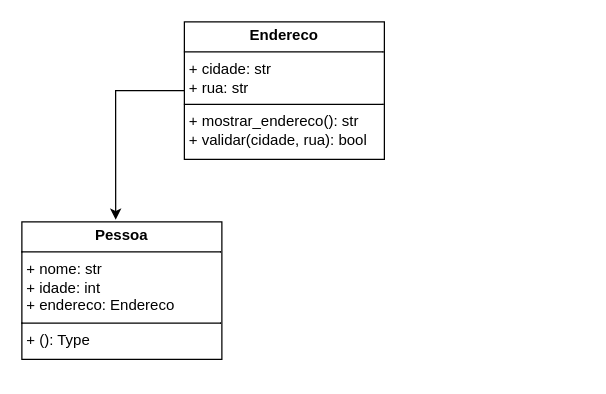
This is aula8/Pessoa.drawio from danrley0595/Programacao_Orientada_Objeto, a draw.io file, before an edit. Source tidied: cells renumbered, new cells numbered last; positions are measured from the earlier drawing's top-left corner, leaving out a move shared by most shapes. Both pictures are drawn from the tidied source at 125%, with x=0, y=0 at pixel (21, 21).
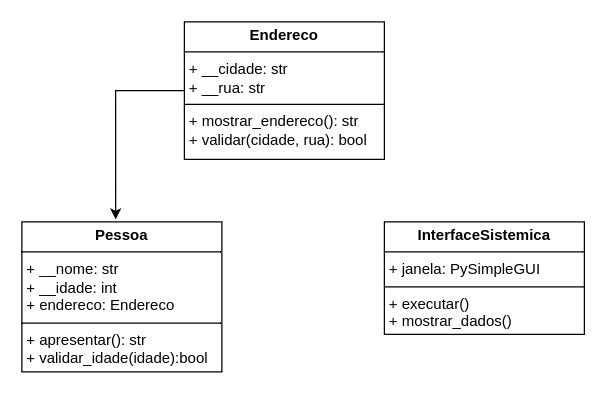
The same diagram, later.

Change to the diagram source:
```diff
@@
 <mxGraphModel>
   <root>
     <mxCell id="0" />
     <mxCell id="1" parent="0" />
-    <mxCell id="2" value="&lt;p style=&quot;margin:0px;margin-top:4px;text-align:center;&quot;&gt;&lt;b&gt;Endereco&lt;/b&gt;&lt;/p&gt;&lt;hr size=&quot;1&quot; style=&quot;border-style:solid;&quot;&gt;&lt;p style=&quot;margin:0px;margin-left:4px;&quot;&gt;+ cidade: str&lt;/p&gt;&lt;p style=&quot;margin:0px;margin-left:4px;&quot;&gt;+ rua: str&lt;/p&gt;&lt;hr size=&quot;1&quot; style=&quot;border-style:solid;&quot;&gt;&lt;p style=&quot;margin:0px;margin-left:4px;&quot;&gt;+ mostrar_endereco(): str&lt;/p&gt;&lt;p style=&quot;margin:0px;margin-left:4px;&quot;&gt;+ validar(cidade, rua): bool&lt;/p&gt;&lt;p style=&quot;margin:0px;margin-left:4px;&quot;&gt;&lt;br&gt;&lt;/p&gt;" style="verticalAlign=top;align=left;overflow=fill;html=1;whiteSpace=wrap;" parent="1" vertex="1">
+    <mxCell id="2" value="&lt;p style=&quot;margin:0px;margin-top:4px;text-align:center;&quot;&gt;&lt;b&gt;Endereco&lt;/b&gt;&lt;/p&gt;&lt;hr size=&quot;1&quot; style=&quot;border-style:solid;&quot;&gt;&lt;p style=&quot;margin:0px;margin-left:4px;&quot;&gt;+ __cidade: str&lt;/p&gt;&lt;p style=&quot;margin:0px;margin-left:4px;&quot;&gt;+ __rua: str&lt;/p&gt;&lt;hr size=&quot;1&quot; style=&quot;border-style:solid;&quot;&gt;&lt;p style=&quot;margin:0px;margin-left:4px;&quot;&gt;+ mostrar_endereco(): str&lt;/p&gt;&lt;p style=&quot;margin:0px;margin-left:4px;&quot;&gt;+ validar(cidade, rua): bool&lt;/p&gt;&lt;p style=&quot;margin:0px;margin-left:4px;&quot;&gt;&lt;br&gt;&lt;/p&gt;" style="verticalAlign=top;align=left;overflow=fill;html=1;whiteSpace=wrap;" parent="1" vertex="1">
       <mxGeometry x="130" width="160" height="110" as="geometry" />
     </mxCell>
-    <mxCell id="3" value="&lt;p style=&quot;margin:0px;margin-top:4px;text-align:center;&quot;&gt;&lt;b&gt;Pessoa&lt;/b&gt;&lt;/p&gt;&lt;hr size=&quot;1&quot; style=&quot;border-style:solid;&quot;&gt;&lt;p style=&quot;margin:0px;margin-left:4px;&quot;&gt;+ nome: str&lt;/p&gt;&lt;p style=&quot;margin:0px;margin-left:4px;&quot;&gt;+ idade: int&lt;/p&gt;&lt;p style=&quot;margin:0px;margin-left:4px;&quot;&gt;+ endereco: Endereco&lt;/p&gt;&lt;hr size=&quot;1&quot; style=&quot;border-style:solid;&quot;&gt;&lt;p style=&quot;margin:0px;margin-left:4px;&quot;&gt;+ (): Type&lt;/p&gt;" style="verticalAlign=top;align=left;overflow=fill;html=1;whiteSpace=wrap;" parent="1" vertex="1">
-      <mxGeometry y="160" width="160" height="110" as="geometry" />
+    <mxCell id="3" value="&lt;p style=&quot;margin:0px;margin-top:4px;text-align:center;&quot;&gt;&lt;b&gt;Pessoa&lt;/b&gt;&lt;/p&gt;&lt;hr size=&quot;1&quot; style=&quot;border-style:solid;&quot;&gt;&lt;p style=&quot;margin:0px;margin-left:4px;&quot;&gt;+ __nome: str&lt;/p&gt;&lt;p style=&quot;margin:0px;margin-left:4px;&quot;&gt;+ __idade: int&lt;/p&gt;&lt;p style=&quot;margin:0px;margin-left:4px;&quot;&gt;+ endereco: Endereco&lt;/p&gt;&lt;hr size=&quot;1&quot; style=&quot;border-style:solid;&quot;&gt;&lt;p style=&quot;margin:0px;margin-left:4px;&quot;&gt;+ apresentar(): str&lt;/p&gt;&lt;p style=&quot;margin:0px;margin-left:4px;&quot;&gt;+ validar_idade(idade):bool&lt;/p&gt;" style="verticalAlign=top;align=left;overflow=fill;html=1;whiteSpace=wrap;" parent="1" vertex="1">
+      <mxGeometry y="160" width="160" height="120" as="geometry" />
     </mxCell>
     <mxCell id="4" style="edgeStyle=orthogonalEdgeStyle;rounded=0;jettySize=auto;html=1;entryX=0.469;entryY=-0.016;entryDx=0;entryDy=0;entryPerimeter=0;" parent="1" edge="1" source="2" target="3">
       <mxGeometry relative="1" as="geometry">
         <Array as="points">
           <mxPoint x="75" y="55" />
         </Array>
       </mxGeometry>
     </mxCell>
+    <mxCell id="5" value="&lt;p style=&quot;margin:0px;margin-top:4px;text-align:center;&quot;&gt;&lt;b&gt;InterfaceSistemica&lt;/b&gt;&lt;/p&gt;&lt;hr size=&quot;1&quot; style=&quot;border-style:solid;&quot;&gt;&lt;p style=&quot;margin:0px;margin-left:4px;&quot;&gt;+ janela: PySimpleGUI&lt;/p&gt;&lt;hr size=&quot;1&quot; style=&quot;border-style:solid;&quot;&gt;&lt;p style=&quot;margin:0px;margin-left:4px;&quot;&gt;+ executar()&lt;/p&gt;&lt;p style=&quot;margin:0px;margin-left:4px;&quot;&gt;+ mostrar_dados()&lt;/p&gt;" style="verticalAlign=top;align=left;overflow=fill;html=1;whiteSpace=wrap;" parent="1" vertex="1">
+      <mxGeometry x="290" y="160" width="160" height="90" as="geometry" />
+    </mxCell>
   </root>
 </mxGraphModel>
```
